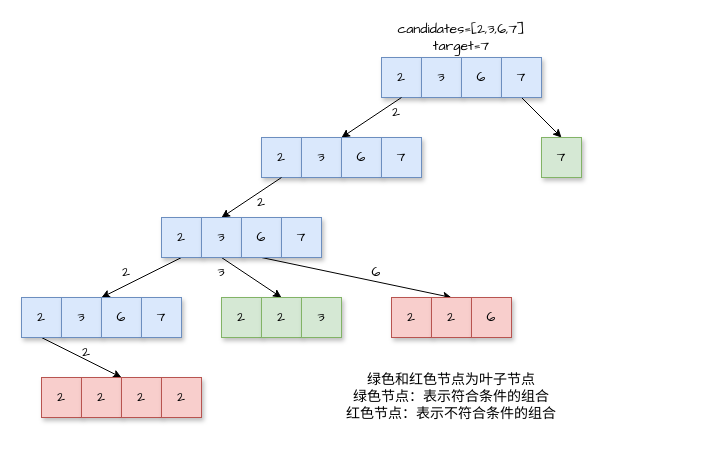
Above: draw.io/组合总和.drawio in goldknife6/algorithm (draw.io), before the change. Source tidied: cells renumbered, new cells numbered last; positions are measured from the earlier drawing's top-left corner, leaving out a move shared by most shapes. Both pictures are drawn from the tidied source at 100%, with x=0, y=0 at pixel (21, 17).
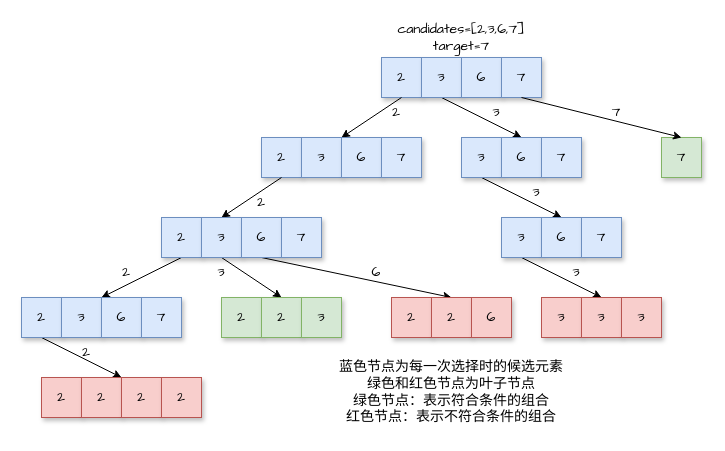
The same diagram, later.

Commit message (it also covers changes not shown here):
更新组合总和.drawio

Unchanged cells that the change refers to:
```xml
<mxCell id="5" value="&lt;font style=&quot;font-size: 14px&quot; face=&quot;Comic Sans MS&quot;&gt;3&lt;/font&gt;" style="rounded=0;whiteSpace=wrap;html=1;fillColor=#dae8fc;strokeColor=#6c8ebf;shadow=1;" parent="1" vertex="1">
  <mxGeometry x="400" y="40" width="40" height="40" as="geometry" />
</mxCell>
<mxCell id="9" value="&lt;font style=&quot;font-size: 14px&quot; face=&quot;Comic Sans MS&quot;&gt;7&lt;/font&gt;" style="rounded=0;whiteSpace=wrap;html=1;fillColor=#dae8fc;strokeColor=#6c8ebf;shadow=1;" parent="1" vertex="1">
  <mxGeometry x="480" y="40" width="40" height="40" as="geometry" />
</mxCell>
```

What changed in the source:
```diff
@@
-    <mxCell id="2" value="绿色和红色节点为叶子节点&lt;br&gt;绿色节点：表示符合条件的组合&lt;br&gt;红色节点：表示不符合条件的组合" style="text;html=1;strokeColor=none;fillColor=none;align=center;verticalAlign=middle;whiteSpace=wrap;rounded=0;shadow=1;fontFamily=Comic Sans MS;fontSize=14;opacity=50;" parent="1" vertex="1">
-      <mxGeometry x="200" y="355" width="460" height="50" as="geometry" />
+    <mxCell id="2" value="蓝色节点为每一次选择时的候选元素&lt;br&gt;绿色和红色节点为叶子节点&lt;br&gt;绿色节点：表示符合条件的组合&lt;br&gt;红色节点：表示不符合条件的组合" style="text;html=1;strokeColor=none;fillColor=none;align=center;verticalAlign=middle;whiteSpace=wrap;rounded=0;shadow=1;fontFamily=Comic Sans MS;fontSize=14;opacity=50;" parent="1" vertex="1">
+      <mxGeometry x="200" y="340" width="460" height="70" as="geometry" />
     </mxCell>
@@
+    <mxCell id="44" style="edgeStyle=none;rounded=0;jettySize=auto;html=1;exitX=0.5;exitY=1;exitDx=0;exitDy=0;entryX=0.5;entryY=0;entryDx=0;entryDy=0;" parent="1" edge="1" source="5" target="47">
+      <mxGeometry relative="1" as="geometry" />
+    </mxCell>
@@
-    <mxCell id="7" style="edgeStyle=none;rounded=0;jettySize=auto;html=1;exitX=0.5;exitY=1;exitDx=0;exitDy=0;entryX=0.5;entryY=0;entryDx=0;entryDy=0;" parent="1" edge="1" source="9" target="28">
-      <mxGeometry relative="1" as="geometry" />
-    </mxCell>
@@
     <mxCell id="28" value="&lt;font style=&quot;font-size: 14px&quot; face=&quot;Comic Sans MS&quot;&gt;7&lt;/font&gt;" style="rounded=0;whiteSpace=wrap;html=1;fillColor=#d5e8d4;strokeColor=#82b366;shadow=1;" parent="1" vertex="1">
-      <mxGeometry x="520" y="120" width="40" height="40" as="geometry" />
+      <mxGeometry x="640" y="120" width="40" height="40" as="geometry" />
     </mxCell>
@@
+    <mxCell id="45" style="edgeStyle=none;rounded=0;jettySize=auto;html=1;exitX=0.5;exitY=1;exitDx=0;exitDy=0;entryX=0.5;entryY=0;entryDx=0;entryDy=0;" parent="1" edge="1" source="46" target="52">
+      <mxGeometry relative="1" as="geometry" />
+    </mxCell>
+    <mxCell id="46" value="&lt;font style=&quot;font-size: 14px&quot; face=&quot;Comic Sans MS&quot;&gt;3&lt;/font&gt;" style="rounded=0;whiteSpace=wrap;html=1;fillColor=#dae8fc;strokeColor=#6c8ebf;shadow=1;" parent="1" vertex="1">
+      <mxGeometry x="440" y="120" width="40" height="40" as="geometry" />
+    </mxCell>
+    <mxCell id="47" value="&lt;font style=&quot;font-size: 14px&quot; face=&quot;Comic Sans MS&quot;&gt;6&lt;/font&gt;" style="rounded=0;whiteSpace=wrap;html=1;fillColor=#dae8fc;strokeColor=#6c8ebf;shadow=1;" parent="1" vertex="1">
+      <mxGeometry x="480" y="120" width="40" height="40" as="geometry" />
+    </mxCell>
+    <mxCell id="48" value="&lt;font style=&quot;font-size: 14px&quot; face=&quot;Comic Sans MS&quot;&gt;7&lt;/font&gt;" style="rounded=0;whiteSpace=wrap;html=1;fillColor=#dae8fc;strokeColor=#6c8ebf;shadow=1;" parent="1" vertex="1">
+      <mxGeometry x="520" y="120" width="40" height="40" as="geometry" />
+    </mxCell>
+    <mxCell id="49" value="&lt;font face=&quot;Comic Sans MS&quot; style=&quot;font-size: 14px&quot;&gt;3&lt;/font&gt;" style="text;html=1;strokeColor=none;fillColor=none;align=center;verticalAlign=middle;whiteSpace=wrap;rounded=0;" parent="1" vertex="1">
+      <mxGeometry x="460" y="80" width="30" height="30" as="geometry" />
+    </mxCell>
+    <mxCell id="50" style="edgeStyle=none;rounded=0;jettySize=auto;html=1;exitX=0.5;exitY=1;exitDx=0;exitDy=0;entryX=0.5;entryY=0;entryDx=0;entryDy=0;" parent="1" edge="1" source="51" target="56">
+      <mxGeometry relative="1" as="geometry" />
+    </mxCell>
+    <mxCell id="51" value="&lt;font style=&quot;font-size: 14px&quot; face=&quot;Comic Sans MS&quot;&gt;3&lt;/font&gt;" style="rounded=0;whiteSpace=wrap;html=1;fillColor=#dae8fc;strokeColor=#6c8ebf;shadow=1;" parent="1" vertex="1">
+      <mxGeometry x="480" y="200" width="40" height="40" as="geometry" />
+    </mxCell>
+    <mxCell id="52" value="&lt;font style=&quot;font-size: 14px&quot; face=&quot;Comic Sans MS&quot;&gt;6&lt;/font&gt;" style="rounded=0;whiteSpace=wrap;html=1;fillColor=#dae8fc;strokeColor=#6c8ebf;shadow=1;" parent="1" vertex="1">
+      <mxGeometry x="520" y="200" width="40" height="40" as="geometry" />
+    </mxCell>
+    <mxCell id="53" value="&lt;font style=&quot;font-size: 14px&quot; face=&quot;Comic Sans MS&quot;&gt;7&lt;/font&gt;" style="rounded=0;whiteSpace=wrap;html=1;fillColor=#dae8fc;strokeColor=#6c8ebf;shadow=1;" parent="1" vertex="1">
+      <mxGeometry x="560" y="200" width="40" height="40" as="geometry" />
+    </mxCell>
+    <mxCell id="54" value="&lt;font face=&quot;Comic Sans MS&quot; style=&quot;font-size: 14px&quot;&gt;3&lt;/font&gt;" style="text;html=1;strokeColor=none;fillColor=none;align=center;verticalAlign=middle;whiteSpace=wrap;rounded=0;" parent="1" vertex="1">
+      <mxGeometry x="500" y="160" width="30" height="30" as="geometry" />
+    </mxCell>
+    <mxCell id="55" value="&lt;font style=&quot;font-size: 14px&quot; face=&quot;Comic Sans MS&quot;&gt;3&lt;/font&gt;" style="rounded=0;whiteSpace=wrap;html=1;fillColor=#f8cecc;strokeColor=#b85450;shadow=1;" parent="1" vertex="1">
+      <mxGeometry x="520" y="280" width="40" height="40" as="geometry" />
+    </mxCell>
+    <mxCell id="56" value="&lt;font style=&quot;font-size: 14px&quot; face=&quot;Comic Sans MS&quot;&gt;3&lt;/font&gt;" style="rounded=0;whiteSpace=wrap;html=1;fillColor=#f8cecc;strokeColor=#b85450;shadow=1;" parent="1" vertex="1">
+      <mxGeometry x="560" y="280" width="40" height="40" as="geometry" />
+    </mxCell>
+    <mxCell id="57" value="&lt;font style=&quot;font-size: 14px&quot; face=&quot;Comic Sans MS&quot;&gt;3&lt;/font&gt;" style="rounded=0;whiteSpace=wrap;html=1;fillColor=#f8cecc;strokeColor=#b85450;shadow=1;" parent="1" vertex="1">
+      <mxGeometry x="600" y="280" width="40" height="40" as="geometry" />
+    </mxCell>
+    <mxCell id="58" value="&lt;font face=&quot;Comic Sans MS&quot; style=&quot;font-size: 14px&quot;&gt;3&lt;/font&gt;" style="text;html=1;strokeColor=none;fillColor=none;align=center;verticalAlign=middle;whiteSpace=wrap;rounded=0;" parent="1" vertex="1">
+      <mxGeometry x="540" y="240" width="30" height="30" as="geometry" />
+    </mxCell>
+    <mxCell id="7" style="edgeStyle=none;rounded=0;jettySize=auto;html=1;exitX=0.5;exitY=1;exitDx=0;exitDy=0;entryX=0.5;entryY=0;entryDx=0;entryDy=0;" parent="1" edge="1" source="9" target="28">
+      <mxGeometry relative="1" as="geometry" />
+    </mxCell>
+    <mxCell id="59" value="&lt;font face=&quot;Comic Sans MS&quot; style=&quot;font-size: 14px&quot;&gt;7&lt;/font&gt;" style="text;html=1;strokeColor=none;fillColor=none;align=center;verticalAlign=middle;whiteSpace=wrap;rounded=0;" parent="1" vertex="1">
+      <mxGeometry x="580" y="80" width="30" height="30" as="geometry" />
+    </mxCell>
```
